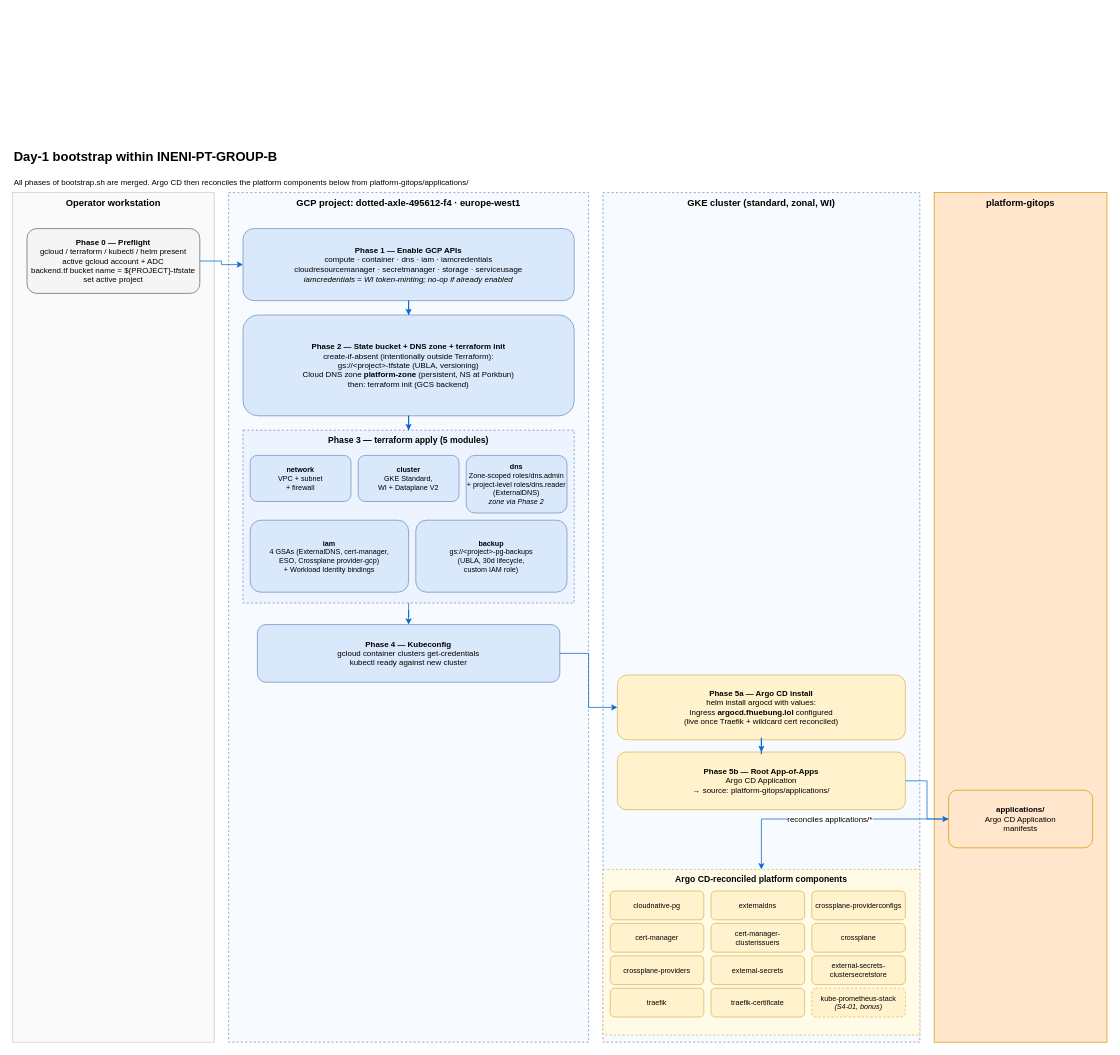
Above: docs/architecture/day1-bootstrap.drawio in INENI-PT-GROUP-B/platform (draw.io), before the change. Source tidied: cells renumbered, new cells numbered last; positions are measured from the earlier drawing's top-left corner, leaving out a move shared by most shapes. Both pictures are drawn from the tidied source at 72%, with x=0, y=0 at pixel (12, 142).
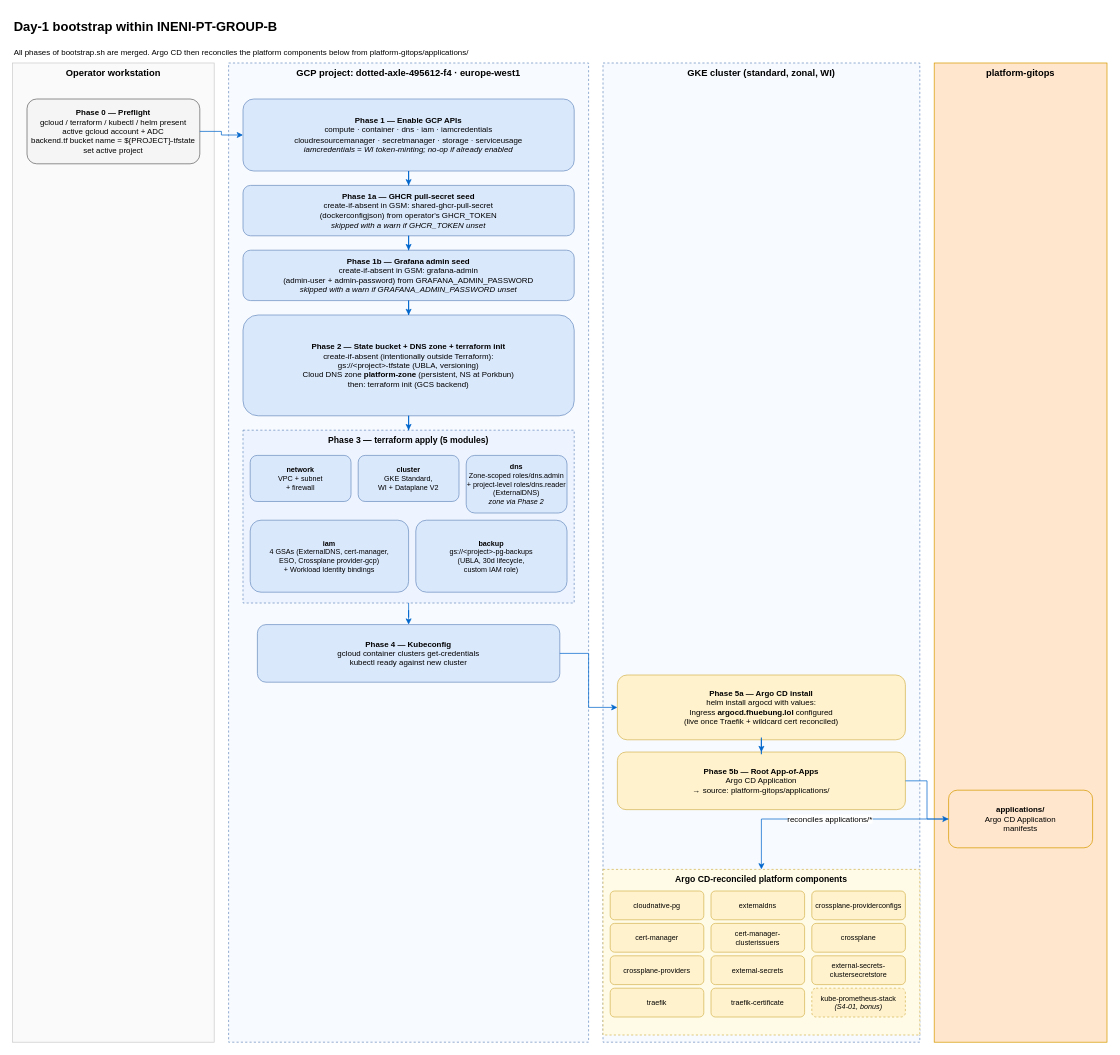
After the change.

Commit message (it also covers changes not shown here):
docs(architecture): refresh logical + day1 diagrams (persistent DNS, pg-backups, phases 1a/1b) (#102)

Unchanged cells that the change refers to:
```xml
<mxCell id="10" value="&lt;b&gt;Phase 2 — State bucket + DNS zone + terraform init&lt;/b&gt;&lt;br&gt;create-if-absent (intentionally outside Terraform):&lt;br&gt;gs://&amp;lt;project&amp;gt;-tfstate (UBLA, versioning)&lt;br&gt;Cloud DNS zone &lt;b&gt;platform-zone&lt;/b&gt; (persistent, NS at Porkbun)&lt;br&gt;then: terraform init (GCS backend)" style="rounded=1;whiteSpace=wrap;html=1;fontSize=11;fillColor=#dae8fc;strokeColor=#6c8ebf;dashed=0;verticalAlign=middle;align=center;" parent="1" vertex="1">
  <mxGeometry x="320" y="240" width="460" height="140" as="geometry" />
</mxCell>
```

Change to the diagram source:
```diff
@@
     <mxCell id="2" value="Day-1 bootstrap within INENI-PT-GROUP-B" style="text;html=1;align=left;verticalAlign=middle;fontSize=18;fontStyle=1;" parent="1" vertex="1">
-      <mxGeometry width="700" height="40" as="geometry" />
+      <mxGeometry y="-180" width="700" height="40" as="geometry" />
     </mxCell>
     <mxCell id="3" value="&lt;span style=&quot;font-style: normal;&quot;&gt;All phases of bootstrap.sh are merged. Argo CD then reconciles the platform components below from platform-gitops/applications/&lt;/span&gt;" style="text;html=1;align=left;verticalAlign=middle;fontSize=11;fontStyle=2;" parent="1" vertex="1">
-      <mxGeometry y="46" width="1200" height="20" as="geometry" />
+      <mxGeometry y="-134" width="1200" height="20" as="geometry" />
     </mxCell>
     <mxCell id="4" value="Operator workstation" style="rounded=0;whiteSpace=wrap;html=1;verticalAlign=top;fontStyle=1;fontSize=13;fillColor=#fafafa;strokeColor=#cccccc;dashed=0;" parent="1" vertex="1">
-      <mxGeometry y="70" width="280" height="1180" as="geometry" />
+      <mxGeometry y="-110" width="280" height="1360" as="geometry" />
     </mxCell>
     <mxCell id="5" value="GCP project: dotted-axle-495612-f4   ·   europe-west1" style="rounded=0;whiteSpace=wrap;html=1;verticalAlign=top;fontStyle=1;fontSize=13;fillColor=#f7faff;strokeColor=#6c8ebf;dashed=1;" parent="1" vertex="1">
-      <mxGeometry x="300" y="70" width="500" height="1180" as="geometry" />
+      <mxGeometry x="300" y="-110" width="500" height="1360" as="geometry" />
     </mxCell>
     <mxCell id="6" value="GKE cluster (standard, zonal, WI)" style="rounded=0;whiteSpace=wrap;html=1;verticalAlign=top;fontStyle=1;fontSize=13;fillColor=#f7faff;strokeColor=#6c8ebf;dashed=1;" parent="1" vertex="1">
-      <mxGeometry x="820" y="70" width="440" height="1180" as="geometry" />
+      <mxGeometry x="820" y="-110" width="440" height="1360" as="geometry" />
     </mxCell>
     <mxCell id="7" value="platform-gitops" style="rounded=0;whiteSpace=wrap;html=1;verticalAlign=top;fontStyle=1;fontSize=13;fillColor=#ffe6cc;strokeColor=#d79b00;dashed=0;" parent="1" vertex="1">
-      <mxGeometry x="1280" y="70" width="240" height="1180" as="geometry" />
+      <mxGeometry x="1280" y="-110" width="240" height="1360" as="geometry" />
     </mxCell>
     <mxCell id="8" value="&lt;b&gt;Phase 0 — Preflight&lt;/b&gt;&lt;br&gt;gcloud / terraform / kubectl / helm present&lt;br&gt;active gcloud account + ADC&lt;br&gt;backend.tf bucket name = ${PROJECT}-tfstate&lt;br&gt;set active project" style="rounded=1;whiteSpace=wrap;html=1;fontSize=11;fillColor=#f5f5f5;strokeColor=#666666;dashed=0;verticalAlign=middle;align=center;" parent="1" vertex="1">
-      <mxGeometry x="20" y="120" width="240" height="90" as="geometry" />
+      <mxGeometry x="20" y="-60" width="240" height="90" as="geometry" />
     </mxCell>
     <mxCell id="9" value="&lt;b&gt;Phase 1 — Enable GCP APIs&lt;/b&gt;&lt;br&gt;compute · container · dns · iam · iamcredentials&lt;br&gt;cloudresourcemanager · secretmanager · storage · serviceusage&lt;br&gt;&lt;i&gt;iamcredentials = WI token-minting; no-op if already enabled&lt;/i&gt;" style="rounded=1;whiteSpace=wrap;html=1;fontSize=11;fillColor=#dae8fc;strokeColor=#6c8ebf;dashed=0;verticalAlign=middle;align=center;" parent="1" vertex="1">
-      <mxGeometry x="320" y="120" width="460" height="100" as="geometry" />
+      <mxGeometry x="320" y="-60" width="460" height="100" as="geometry" />
     </mxCell>
+    <mxCell id="42" value="&lt;b&gt;Phase 1a — GHCR pull-secret seed&lt;/b&gt;&lt;br&gt;create-if-absent in GSM: shared-ghcr-pull-secret&lt;br&gt;(dockerconfigjson) from operator's GHCR_TOKEN&lt;br&gt;&lt;i&gt;skipped with a warn if GHCR_TOKEN unset&lt;/i&gt;" style="rounded=1;whiteSpace=wrap;html=1;fontSize=11;fillColor=#dae8fc;strokeColor=#6c8ebf;dashed=0;verticalAlign=middle;align=center;" parent="1" vertex="1">
+      <mxGeometry x="320" y="60" width="460" height="70" as="geometry" />
+    </mxCell>
+    <mxCell id="43" value="&lt;b&gt;Phase 1b — Grafana admin seed&lt;/b&gt;&lt;br&gt;create-if-absent in GSM: grafana-admin&lt;br&gt;(admin-user + admin-password) from GRAFANA_ADMIN_PASSWORD&lt;br&gt;&lt;i&gt;skipped with a warn if GRAFANA_ADMIN_PASSWORD unset&lt;/i&gt;" style="rounded=1;whiteSpace=wrap;html=1;fontSize=11;fillColor=#dae8fc;strokeColor=#6c8ebf;dashed=0;verticalAlign=middle;align=center;" parent="1" vertex="1">
+      <mxGeometry x="320" y="150" width="460" height="70" as="geometry" />
+    </mxCell>
@@
-    <mxCell id="35" style="edgeStyle=orthogonalEdgeStyle;rounded=0;jettySize=auto;html=1;endArrow=classic;strokeColor=#0066cc;" parent="1" edge="1" source="9" target="10">
+    <mxCell id="35" style="edgeStyle=orthogonalEdgeStyle;rounded=0;jettySize=auto;html=1;endArrow=classic;strokeColor=#0066cc;" parent="1" edge="1" source="9" target="42">
       <mxGeometry relative="1" as="geometry" />
     </mxCell>
+    <mxCell id="44" style="edgeStyle=orthogonalEdgeStyle;rounded=0;jettySize=auto;html=1;endArrow=classic;strokeColor=#0066cc;" parent="1" edge="1" source="42" target="43">
+      <mxGeometry relative="1" as="geometry" />
+    </mxCell>
+    <mxCell id="45" style="edgeStyle=orthogonalEdgeStyle;rounded=0;jettySize=auto;html=1;endArrow=classic;strokeColor=#0066cc;" parent="1" edge="1" source="43" target="10">
+      <mxGeometry relative="1" as="geometry" />
+    </mxCell>
```
